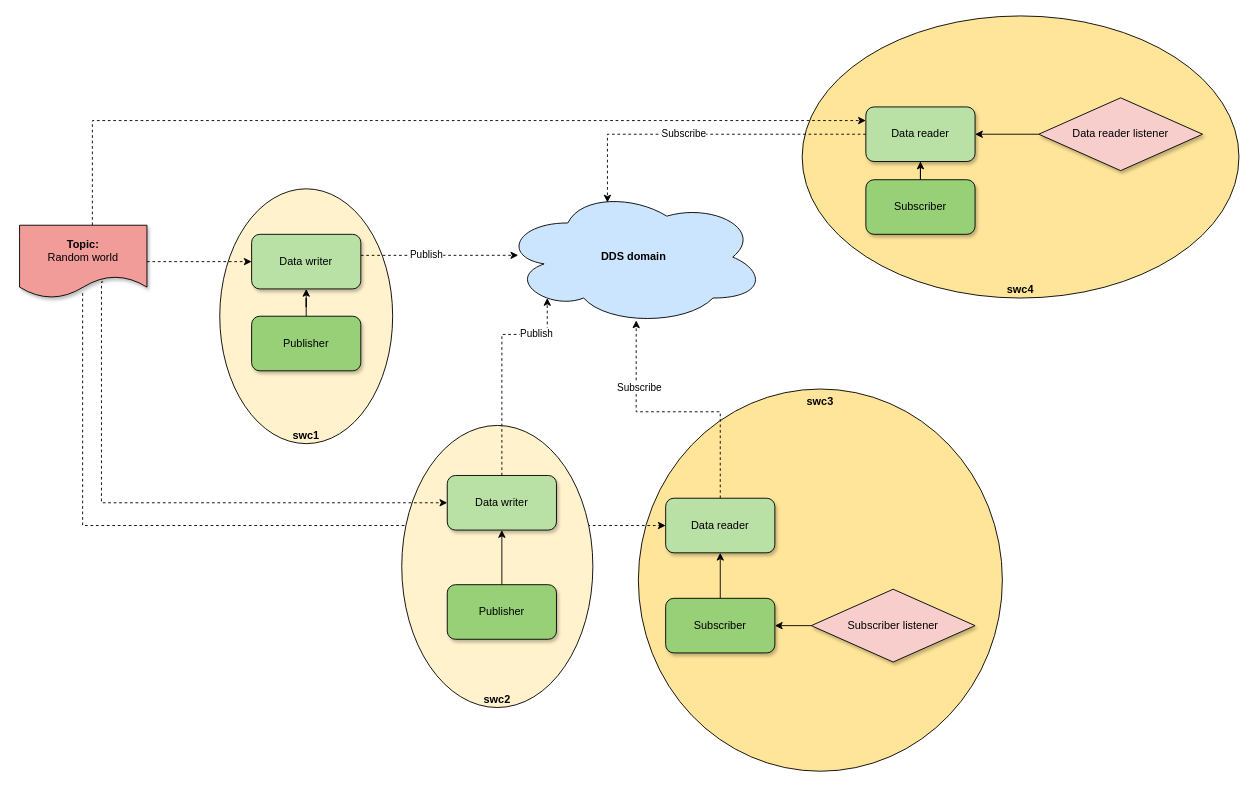
Before: application/sw-architecture.drawio in maosltr/IoT-basic-examples, a draw.io diagram. Source tidied: cells renumbered, new cells numbered last; positions are measured from the earlier drawing's top-left corner, leaving out a move shared by most shapes. Both pictures are drawn from the tidied source at 91%, with x=0, y=0 at pixel (19, 15).
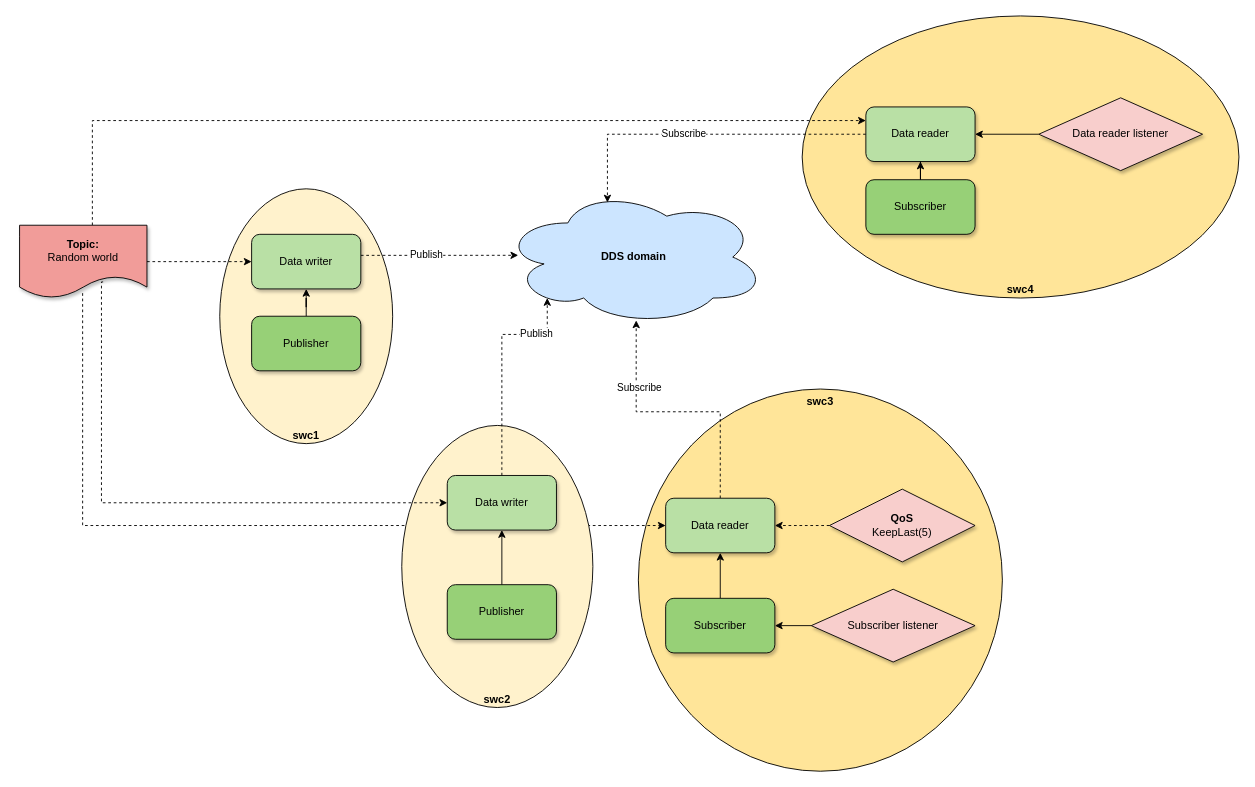
After the change.

Unchanged cells that the change refers to:
```xml
<mxCell id="25" value="Data reader" style="rounded=1;whiteSpace=wrap;html=1;fillColor=#B9E0A5;shadow=1;" parent="1" vertex="1">
  <mxGeometry x="710" y="530" width="120" height="60" as="geometry" />
</mxCell>
```

What changed in the source:
```diff
@@
+    <mxCell id="36" style="edgeStyle=orthogonalEdgeStyle;rounded=0;jettySize=auto;html=1;entryX=1;entryY=0.5;entryDx=0;entryDy=0;dashed=1;fontColor=none;" parent="1" edge="1" source="37" target="25">
+      <mxGeometry relative="1" as="geometry" />
+    </mxCell>
+    <mxCell id="37" value="&lt;b&gt;QoS&lt;/b&gt;&lt;br&gt;KeepLast(5)" style="rhombus;whiteSpace=wrap;html=1;strokeColor=#000000;fillColor=#F8CECC;shadow=1;" parent="1" vertex="1">
+      <mxGeometry x="890" y="520" width="160" height="80" as="geometry" />
+    </mxCell>
```
